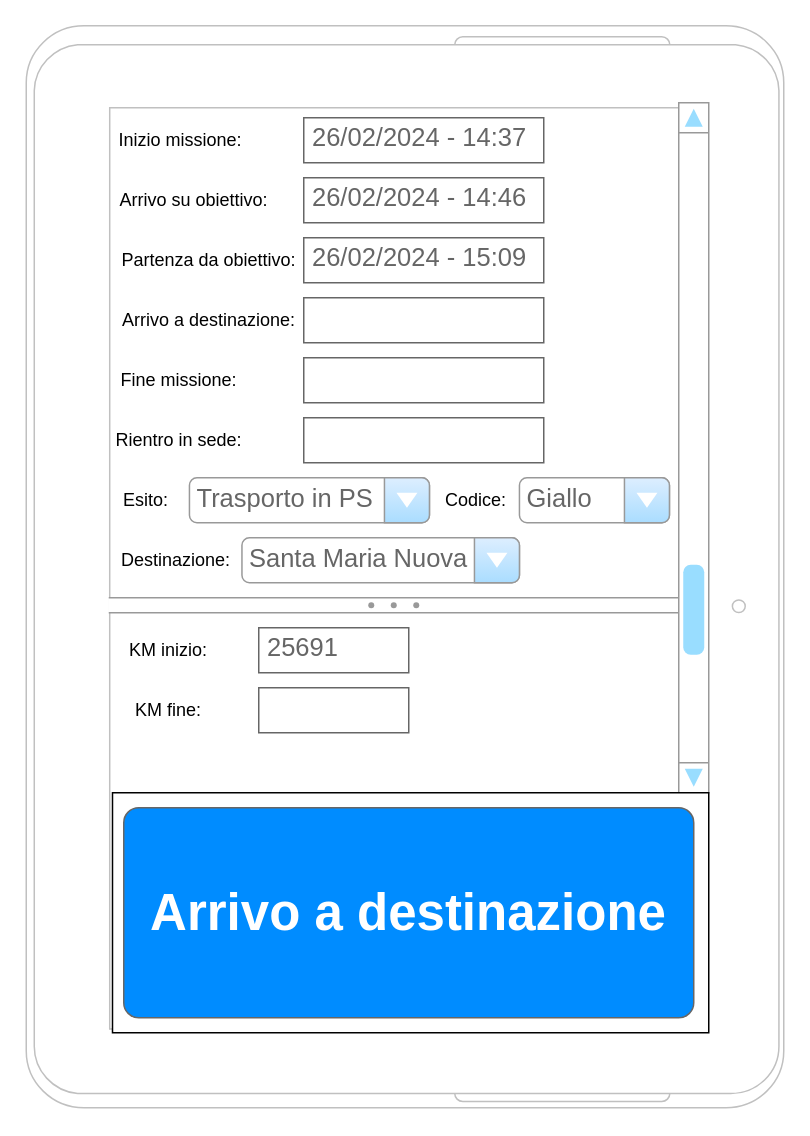
SimoMett/118-med-portal keeps this draw.io diagram as page "Autista" (3 of 3) of doc/diagrams/mockups.drawio. Above is the earlier version. Source tidied: cells renumbered, new cells numbered last; positions are measured from the earlier drawing's top-left corner, leaving out a move shared by most shapes. Both pictures are drawn from the tidied source at 150%, with x=0, y=0 at pixel (26, 26).
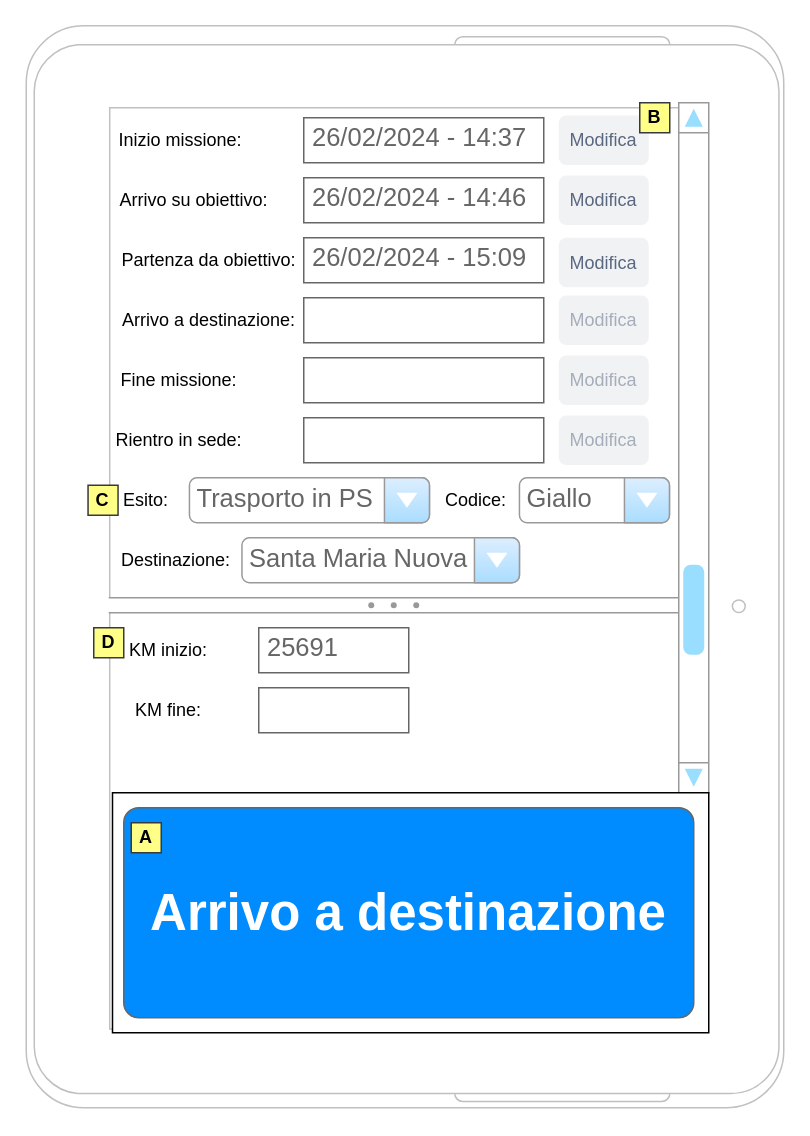
The same diagram, later.

The edit, as a diff of the source:
```diff
@@
+    <mxCell id="29" value="A" style="rounded=1;whiteSpace=wrap;html=1;fillColor=#ffff88;strokeColor=#36393d;fontStyle=1;arcSize=0;" parent="1" vertex="1">
+      <mxGeometry x="70" y="531" width="20" height="20" as="geometry" />
+    </mxCell>
+    <mxCell id="30" value="Modifica" style="rounded=1;align=center;fillColor=#F1F2F4;strokeColor=none;html=1;whiteSpace=wrap;fontColor=#A5ADBA;fontSize=12;" parent="1" vertex="1">
+      <mxGeometry x="355" y="259.5" width="60" height="33" as="geometry" />
+    </mxCell>
+    <mxCell id="31" value="Modifica" style="rounded=1;align=center;fillColor=#F1F2F4;strokeColor=none;html=1;whiteSpace=wrap;fontColor=#A5ADBA;fontSize=12;" parent="1" vertex="1">
+      <mxGeometry x="355" y="219.5" width="60" height="33" as="geometry" />
+    </mxCell>
+    <mxCell id="32" value="Modifica" style="rounded=1;align=center;fillColor=#F1F2F4;strokeColor=none;html=1;whiteSpace=wrap;fontColor=#A5ADBA;fontSize=12;" parent="1" vertex="1">
+      <mxGeometry x="355" y="179.5" width="60" height="33" as="geometry" />
+    </mxCell>
+    <mxCell id="33" value="Modifica" style="rounded=1;fillColor=#F1F2F4;strokeColor=none;html=1;whiteSpace=wrap;fontColor=#596780;align=center;verticalAlign=middle;fontStyle=0;fontSize=12;sketch=0;" parent="1" vertex="1">
+      <mxGeometry x="355" y="141" width="60" height="33" as="geometry" />
+    </mxCell>
+    <mxCell id="34" value="Modifica" style="rounded=1;fillColor=#F1F2F4;strokeColor=none;html=1;whiteSpace=wrap;fontColor=#596780;align=center;verticalAlign=middle;fontStyle=0;fontSize=12;sketch=0;" parent="1" vertex="1">
+      <mxGeometry x="355" y="99.5" width="60" height="33" as="geometry" />
+    </mxCell>
+    <mxCell id="35" value="Modifica" style="rounded=1;fillColor=#F1F2F4;strokeColor=none;html=1;whiteSpace=wrap;fontColor=#596780;align=center;verticalAlign=middle;fontStyle=0;fontSize=12;sketch=0;" parent="1" vertex="1">
+      <mxGeometry x="355" y="59.5" width="60" height="33" as="geometry" />
+    </mxCell>
+    <mxCell id="36" value="B" style="rounded=1;whiteSpace=wrap;html=1;fillColor=#ffff88;strokeColor=#36393d;fontStyle=1;arcSize=0;" parent="1" vertex="1">
+      <mxGeometry x="409" y="51" width="20" height="20" as="geometry" />
+    </mxCell>
+    <mxCell id="37" value="C" style="rounded=1;whiteSpace=wrap;html=1;fillColor=#ffff88;strokeColor=#36393d;fontStyle=1;arcSize=0;" parent="1" vertex="1">
+      <mxGeometry x="41.2" y="306" width="20" height="20" as="geometry" />
+    </mxCell>
+    <mxCell id="38" value="D" style="rounded=1;whiteSpace=wrap;html=1;fillColor=#ffff88;strokeColor=#36393d;fontStyle=1;arcSize=0;" parent="1" vertex="1">
+      <mxGeometry x="45" y="401" width="20" height="20" as="geometry" />
+    </mxCell>
```
